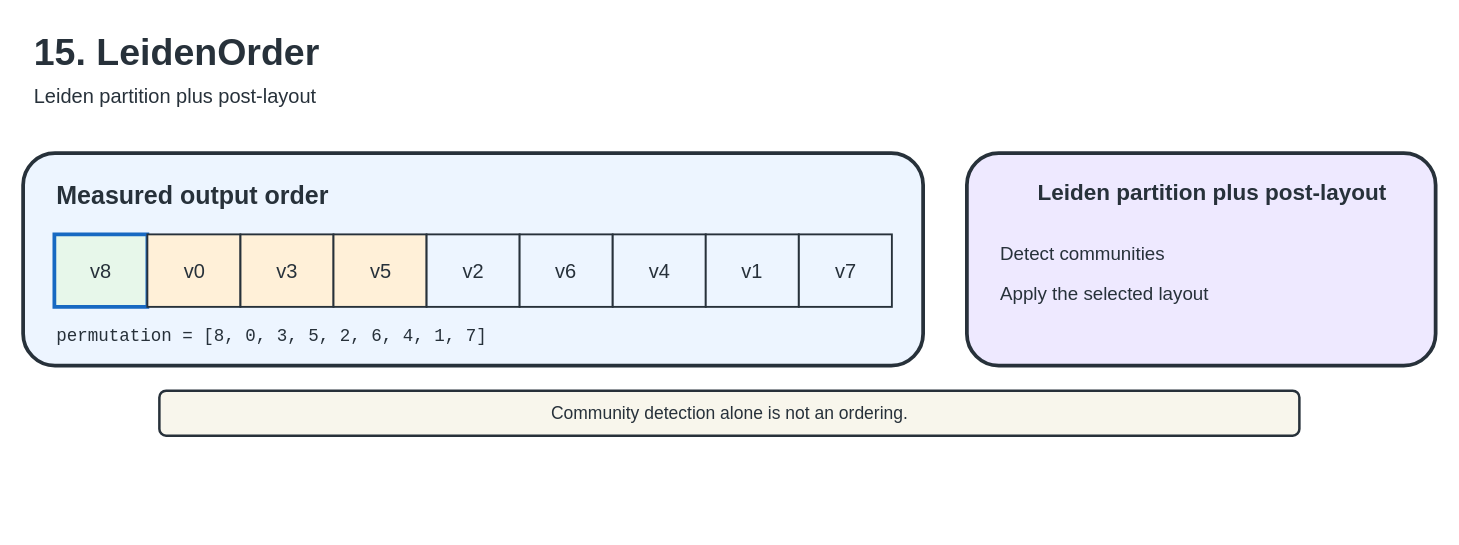
The draw.io diagram docs/figures/editable/15-leidenorder.drawio in UVA-LavaLab/GraphBrew, before the edit. Source tidied: cells renumbered, new cells numbered last; positions are measured from the earlier drawing's top-left corner, leaving out a move shared by most shapes. Both pictures are drawn from the tidied source at 125%, with x=0, y=0 at pixel (22, 21).
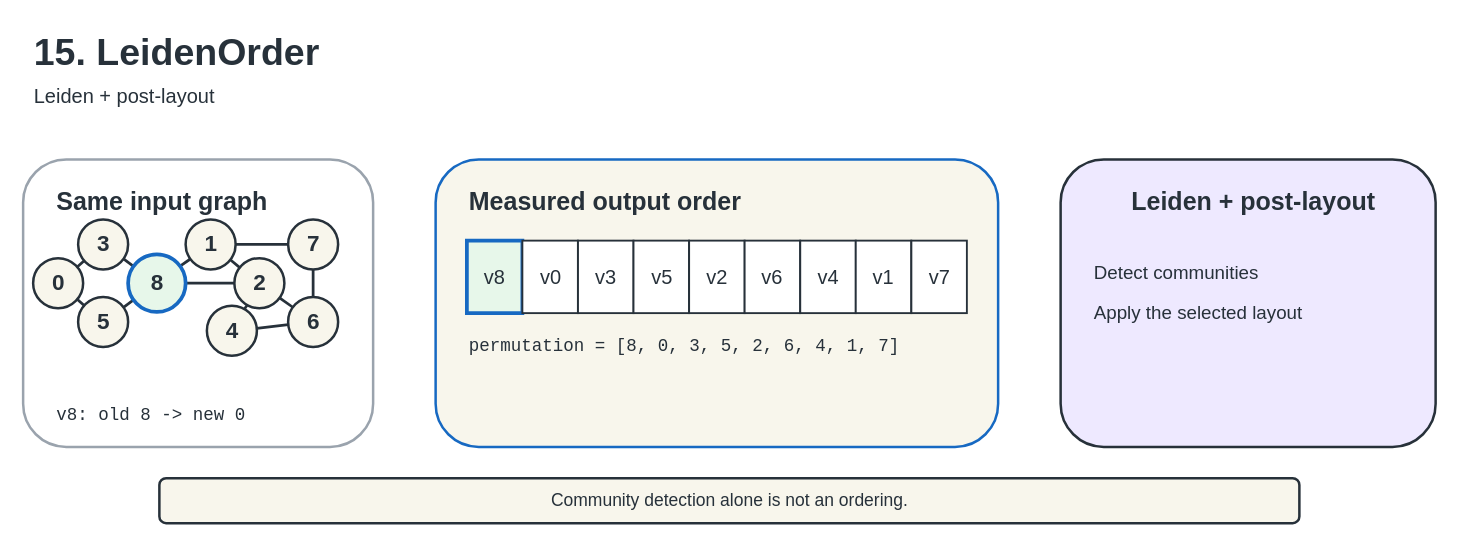
The same page after the edit.

Change to the diagram source:
```diff
@@
-    <mxCell id="3" value="Leiden partition plus post-layout" style="text;html=1;strokeColor=none;fillColor=none;fontSize=16;fontColor=#27313A;" parent="1" vertex="1">
+    <mxCell id="3" value="Leiden + post-layout" style="text;html=1;strokeColor=none;fillColor=none;fontSize=16;fontColor=#27313A;" parent="1" vertex="1">
       <mxGeometry x="7" y="43" width="1050" height="28" as="geometry" />
     </mxCell>
+    <mxCell id="21" style="rounded=1;html=1;fillColor=#FFFFFF;strokeColor=#9AA3AD;strokeWidth=2;" parent="1" vertex="1">
+      <mxGeometry y="110" width="280" height="230" as="geometry" />
+    </mxCell>
-    <mxCell id="4" style="rounded=1;html=1;fillColor=#EDF5FF;strokeColor=#27313A;strokeWidth=3;" parent="1" vertex="1">
-      <mxGeometry y="105" width="720" height="170" as="geometry" />
+    <mxCell id="4" style="rounded=1;html=1;fillColor=#F8F6EC;strokeColor=#1769C2;strokeWidth=2;" parent="1" vertex="1">
+      <mxGeometry x="330" y="110" width="450" height="230" as="geometry" />
     </mxCell>
-    <mxCell id="5" style="rounded=1;html=1;fillColor=#EEE9FF;strokeColor=#27313A;strokeWidth=3;" parent="1" vertex="1">
-      <mxGeometry x="755" y="105" width="375" height="170" as="geometry" />
+    <mxCell id="5" style="rounded=1;html=1;fillColor=#EEE9FF;strokeColor=#27313A;strokeWidth=2;" parent="1" vertex="1">
+      <mxGeometry x="830" y="110" width="300" height="230" as="geometry" />
     </mxCell>
+    <mxCell id="22" value="Same input graph" style="text;html=1;strokeColor=none;fillColor=none;fontSize=20;fontStyle=1;fontColor=#27313A;" parent="1" vertex="1">
+      <mxGeometry x="25" y="125" width="220" height="35" as="geometry" />
+    </mxCell>
     <mxCell id="6" value="Measured output order" style="text;html=1;strokeColor=none;fillColor=none;fontSize=20;fontStyle=1;fontColor=#27313A;" parent="1" vertex="1">
-      <mxGeometry x="25" y="120" width="300" height="35" as="geometry" />
+      <mxGeometry x="355" y="125" width="300" height="35" as="geometry" />
     </mxCell>
-    <mxCell id="7" value="Leiden partition plus post-layout" style="text;html=1;strokeColor=none;fillColor=none;fontSize=18;fontStyle=1;fontColor=#27313A;" parent="1" vertex="1">
-      <mxGeometry x="810" y="120" width="300" height="35" as="geometry" />
+    <mxCell id="7" value="Leiden + post-layout" style="text;html=1;strokeColor=none;fillColor=none;fontSize=20;fontStyle=1;fontColor=#27313A;" parent="1" vertex="1">
+      <mxGeometry x="885" y="125" width="220" height="35" as="geometry" />
     </mxCell>
     <mxCell id="8" value="Community detection alone is not an ordering." style="rounded=1;html=1;fillColor=#F8F6EC;strokeColor=#27313A;strokeWidth=2;fontSize=14;fontColor=#27313A;align=center;" parent="1" vertex="1">
-      <mxGeometry x="109" y="295" width="912" height="36" as="geometry" />
+      <mxGeometry x="109" y="365" width="912" height="36" as="geometry" />
     </mxCell>
+    <mxCell id="23" style="endArrow=none;html=1;rounded=0;strokeColor=#27313A;strokeWidth=2.2;" parent="1" edge="1" source="35" target="38">
+      <mxGeometry relative="1" as="geometry" />
+    </mxCell>
+    <mxCell id="24" style="endArrow=none;html=1;rounded=0;strokeColor=#27313A;strokeWidth=2.2;" parent="1" edge="1" source="35" target="40">
+      <mxGeometry relative="1" as="geometry" />
+    </mxCell>
+    <mxCell id="25" style="endArrow=none;html=1;rounded=0;strokeColor=#27313A;strokeWidth=2.2;" parent="1" edge="1" source="38" target="43">
+      <mxGeometry relative="1" as="geometry" />
+    </mxCell>
+    <mxCell id="26" style="endArrow=none;html=1;rounded=0;strokeColor=#27313A;strokeWidth=2.2;" parent="1" edge="1" source="40" target="43">
+      <mxGeometry relative="1" as="geometry" />
+    </mxCell>
+    <mxCell id="27" style="endArrow=none;html=1;rounded=0;strokeColor=#27313A;strokeWidth=2.2;" parent="1" edge="1" source="43" target="36">
+      <mxGeometry relative="1" as="geometry" />
+    </mxCell>
+    <mxCell id="28" style="endArrow=none;html=1;rounded=0;strokeColor=#27313A;strokeWidth=2.2;" parent="1" edge="1" source="43" target="37">
+      <mxGeometry relative="1" as="geometry" />
+    </mxCell>
+    <mxCell id="29" style="endArrow=none;html=1;rounded=0;strokeColor=#27313A;strokeWidth=2.2;" parent="1" edge="1" source="36" target="37">
+      <mxGeometry relative="1" as="geometry" />
+    </mxCell>
+    <mxCell id="30" style="endArrow=none;html=1;rounded=0;strokeColor=#27313A;strokeWidth=2.2;" parent="1" edge="1" source="36" target="42">
+      <mxGeometry relative="1" as="geometry" />
+    </mxCell>
+    <mxCell id="31" style="endArrow=none;html=1;rounded=0;strokeColor=#27313A;strokeWidth=2.2;" parent="1" edge="1" source="37" target="39">
+      <mxGeometry relative="1" as="geometry" />
+    </mxCell>
+    <mxCell id="32" style="endArrow=none;html=1;rounded=0;strokeColor=#27313A;strokeWidth=2.2;" parent="1" edge="1" source="37" target="41">
+      <mxGeometry relative="1" as="geometry" />
+    </mxCell>
+    <mxCell id="33" style="endArrow=none;html=1;rounded=0;strokeColor=#27313A;strokeWidth=2.2;" parent="1" edge="1" source="39" target="41">
+      <mxGeometry relative="1" as="geometry" />
+    </mxCell>
+    <mxCell id="34" style="endArrow=none;html=1;rounded=0;strokeColor=#27313A;strokeWidth=2.2;" parent="1" edge="1" source="41" target="42">
+      <mxGeometry relative="1" as="geometry" />
+    </mxCell>
+    <mxCell id="35" value="0" style="ellipse;html=1;align=center;fillColor=#F8F6EC;strokeColor=#27313A;strokeWidth=2;fontSize=18;fontStyle=1;fontColor=#27313A;" parent="1" vertex="1">
+      <mxGeometry x="8" y="189" width="40" height="40" as="geometry" />
+    </mxCell>
+    <mxCell id="36" value="1" style="ellipse;html=1;align=center;fillColor=#F8F6EC;strokeColor=#27313A;strokeWidth=2;fontSize=18;fontStyle=1;fontColor=#27313A;" parent="1" vertex="1">
+      <mxGeometry x="130" y="158" width="40" height="40" as="geometry" />
+    </mxCell>
+    <mxCell id="37" value="2" style="ellipse;html=1;align=center;fillColor=#F8F6EC;strokeColor=#27313A;strokeWidth=2;fontSize=18;fontStyle=1;fontColor=#27313A;" parent="1" vertex="1">
+      <mxGeometry x="169" y="189" width="40" height="40" as="geometry" />
+    </mxCell>
+    <mxCell id="38" value="3" style="ellipse;html=1;align=center;fillColor=#F8F6EC;strokeColor=#27313A;strokeWidth=2;fontSize=18;fontStyle=1;fontColor=#27313A;" parent="1" vertex="1">
+      <mxGeometry x="44" y="158" width="40" height="40" as="geometry" />
+    </mxCell>
+    <mxCell id="39" value="4" style="ellipse;html=1;align=center;fillColor=#F8F6EC;strokeColor=#27313A;strokeWidth=2;fontSize=18;fontStyle=1;fontColor=#27313A;" parent="1" vertex="1">
+      <mxGeometry x="147" y="227" width="40" height="40" as="geometry" />
+    </mxCell>
+    <mxCell id="40" value="5" style="ellipse;html=1;align=center;fillColor=#F8F6EC;strokeColor=#27313A;strokeWidth=2;fontSize=18;fontStyle=1;fontColor=#27313A;" parent="1" vertex="1">
+      <mxGeometry x="44" y="220" width="40" height="40" as="geometry" />
+    </mxCell>
+    <mxCell id="41" value="6" style="ellipse;html=1;align=center;fillColor=#F8F6EC;strokeColor=#27313A;strokeWidth=2;fontSize=18;fontStyle=1;fontColor=#27313A;" parent="1" vertex="1">
+      <mxGeometry x="212" y="220" width="40" height="40" as="geometry" />
+    </mxCell>
+    <mxCell id="42" value="7" style="ellipse;html=1;align=center;fillColor=#F8F6EC;strokeColor=#27313A;strokeWidth=2;fontSize=18;fontStyle=1;fontColor=#27313A;" parent="1" vertex="1">
+      <mxGeometry x="212" y="158" width="40" height="40" as="geometry" />
+    </mxCell>
+    <mxCell id="43" value="8" style="ellipse;html=1;align=center;fillColor=#E7F7EA;strokeColor=#1769C2;strokeWidth=3;fontSize=18;fontStyle=1;fontColor=#27313A;" parent="1" vertex="1">
+      <mxGeometry x="84" y="186" width="46" height="46" as="geometry" />
+    </mxCell>
+    <mxCell id="44" value="v8: old 8 -&gt; new 0" style="text;html=1;strokeColor=none;fillColor=none;fontSize=14;fontFamily=Consolas;fontColor=#27313A;" parent="1" vertex="1">
+      <mxGeometry x="25" y="300" width="230" height="28" as="geometry" />
+    </mxCell>
     <mxCell id="9" value="v8" style="rounded=0;html=1;align=center;verticalAlign=middle;fillColor=#E7F7EA;strokeColor=#1769C2;strokeWidth=3;fontSize=16;fontColor=#27313A;" parent="1" vertex="1">
-      <mxGeometry x="25" y="170" width="74.4" height="58" as="geometry" />
+      <mxGeometry x="355" y="175" width="44.4" height="58" as="geometry" />
     </mxCell>
-    <mxCell id="10" value="v0" style="rounded=0;html=1;align=center;verticalAlign=middle;fillColor=#FFF0D8;strokeColor=#27313A;strokeWidth=1.5;fontSize=16;fontColor=#27313A;" parent="1" vertex="1">
-      <mxGeometry x="99.4" y="170" width="74.4" height="58" as="geometry" />
+    <mxCell id="10" value="v0" style="rounded=0;html=1;align=center;verticalAlign=middle;fillColor=#FFFFFF;strokeColor=#27313A;strokeWidth=1.5;fontSize=16;fontColor=#27313A;" parent="1" vertex="1">
+      <mxGeometry x="399.4" y="175" width="44.4" height="58" as="geometry" />
     </mxCell>
-    <mxCell id="11" value="v3" style="rounded=0;html=1;align=center;verticalAlign=middle;fillColor=#FFF0D8;strokeColor=#27313A;strokeWidth=1.5;fontSize=16;fontColor=#27313A;" parent="1" vertex="1">
-      <mxGeometry x="173.9" y="170" width="74.4" height="58" as="geometry" />
+    <mxCell id="11" value="v3" style="rounded=0;html=1;align=center;verticalAlign=middle;fillColor=#FFFFFF;strokeColor=#27313A;strokeWidth=1.5;fontSize=16;fontColor=#27313A;" parent="1" vertex="1">
+      <mxGeometry x="443.9" y="175" width="44.4" height="58" as="geometry" />
     </mxCell>
-    <mxCell id="12" value="v5" style="rounded=0;html=1;align=center;verticalAlign=middle;fillColor=#FFF0D8;strokeColor=#27313A;strokeWidth=1.5;fontSize=16;fontColor=#27313A;" parent="1" vertex="1">
-      <mxGeometry x="248.3" y="170" width="74.4" height="58" as="geometry" />
+    <mxCell id="12" value="v5" style="rounded=0;html=1;align=center;verticalAlign=middle;fillColor=#FFFFFF;strokeColor=#27313A;strokeWidth=1.5;fontSize=16;fontColor=#27313A;" parent="1" vertex="1">
+      <mxGeometry x="488.3" y="175" width="44.4" height="58" as="geometry" />
     </mxCell>
-    <mxCell id="13" value="v2" style="rounded=0;html=1;align=center;verticalAlign=middle;fillColor=#EDF5FF;strokeColor=#27313A;strokeWidth=1.5;fontSize=16;fontColor=#27313A;" parent="1" vertex="1">
-      <mxGeometry x="322.8" y="170" width="74.4" height="58" as="geometry" />
+    <mxCell id="13" value="v2" style="rounded=0;html=1;align=center;verticalAlign=middle;fillColor=#FFFFFF;strokeColor=#27313A;strokeWidth=1.5;fontSize=16;fontColor=#27313A;" parent="1" vertex="1">
+      <mxGeometry x="532.8" y="175" width="44.4" height="58" as="geometry" />
     </mxCell>
-    <mxCell id="14" value="v6" style="rounded=0;html=1;align=center;verticalAlign=middle;fillColor=#EDF5FF;strokeColor=#27313A;strokeWidth=1.5;fontSize=16;fontColor=#27313A;" parent="1" vertex="1">
-      <mxGeometry x="397.2" y="170" width="74.4" height="58" as="geometry" />
+    <mxCell id="14" value="v6" style="rounded=0;html=1;align=center;verticalAlign=middle;fillColor=#FFFFFF;strokeColor=#27313A;strokeWidth=1.5;fontSize=16;fontColor=#27313A;" parent="1" vertex="1">
+      <mxGeometry x="577.2" y="175" width="44.4" height="58" as="geometry" />
     </mxCell>
-    <mxCell id="15" value="v4" style="rounded=0;html=1;align=center;verticalAlign=middle;fillColor=#EDF5FF;strokeColor=#27313A;strokeWidth=1.5;fontSize=16;fontColor=#27313A;" parent="1" vertex="1">
-      <mxGeometry x="471.7" y="170" width="74.4" height="58" as="geometry" />
+    <mxCell id="15" value="v4" style="rounded=0;html=1;align=center;verticalAlign=middle;fillColor=#FFFFFF;strokeColor=#27313A;strokeWidth=1.5;fontSize=16;fontColor=#27313A;" parent="1" vertex="1">
+      <mxGeometry x="621.7" y="175" width="44.4" height="58" as="geometry" />
     </mxCell>
-    <mxCell id="16" value="v1" style="rounded=0;html=1;align=center;verticalAlign=middle;fillColor=#EDF5FF;strokeColor=#27313A;strokeWidth=1.5;fontSize=16;fontColor=#27313A;" parent="1" vertex="1">
-      <mxGeometry x="546.1" y="170" width="74.4" height="58" as="geometry" />
+    <mxCell id="16" value="v1" style="rounded=0;html=1;align=center;verticalAlign=middle;fillColor=#FFFFFF;strokeColor=#27313A;strokeWidth=1.5;fontSize=16;fontColor=#27313A;" parent="1" vertex="1">
+      <mxGeometry x="666.1" y="175" width="44.4" height="58" as="geometry" />
     </mxCell>
-    <mxCell id="17" value="v7" style="rounded=0;html=1;align=center;verticalAlign=middle;fillColor=#EDF5FF;strokeColor=#27313A;strokeWidth=1.5;fontSize=16;fontColor=#27313A;" parent="1" vertex="1">
-      <mxGeometry x="620.6" y="170" width="74.4" height="58" as="geometry" />
+    <mxCell id="17" value="v7" style="rounded=0;html=1;align=center;verticalAlign=middle;fillColor=#FFFFFF;strokeColor=#27313A;strokeWidth=1.5;fontSize=16;fontColor=#27313A;" parent="1" vertex="1">
+      <mxGeometry x="710.6" y="175" width="44.4" height="58" as="geometry" />
     </mxCell>
     <mxCell id="18" value="permutation = [8, 0, 3, 5, 2, 6, 4, 1, 7]" style="text;html=1;strokeColor=none;fillColor=none;fontSize=14;fontFamily=Consolas;fontColor=#27313A;" parent="1" vertex="1">
-      <mxGeometry x="25" y="237" width="670" height="28" as="geometry" />
+      <mxGeometry x="355" y="245" width="400" height="28" as="geometry" />
     </mxCell>
     <mxCell id="19" value="Detect communities" style="text;html=1;strokeColor=none;fillColor=none;fontSize=15;fontColor=#27313A;" parent="1" vertex="1">
-      <mxGeometry x="780" y="170" width="325" height="28" as="geometry" />
+      <mxGeometry x="855" y="185" width="250" height="28" as="geometry" />
     </mxCell>
     <mxCell id="20" value="Apply the selected layout" style="text;html=1;strokeColor=none;fillColor=none;fontSize=15;fontColor=#27313A;" parent="1" vertex="1">
-      <mxGeometry x="780" y="202" width="325" height="28" as="geometry" />
+      <mxGeometry x="855" y="217" width="250" height="28" as="geometry" />
     </mxCell>
```
